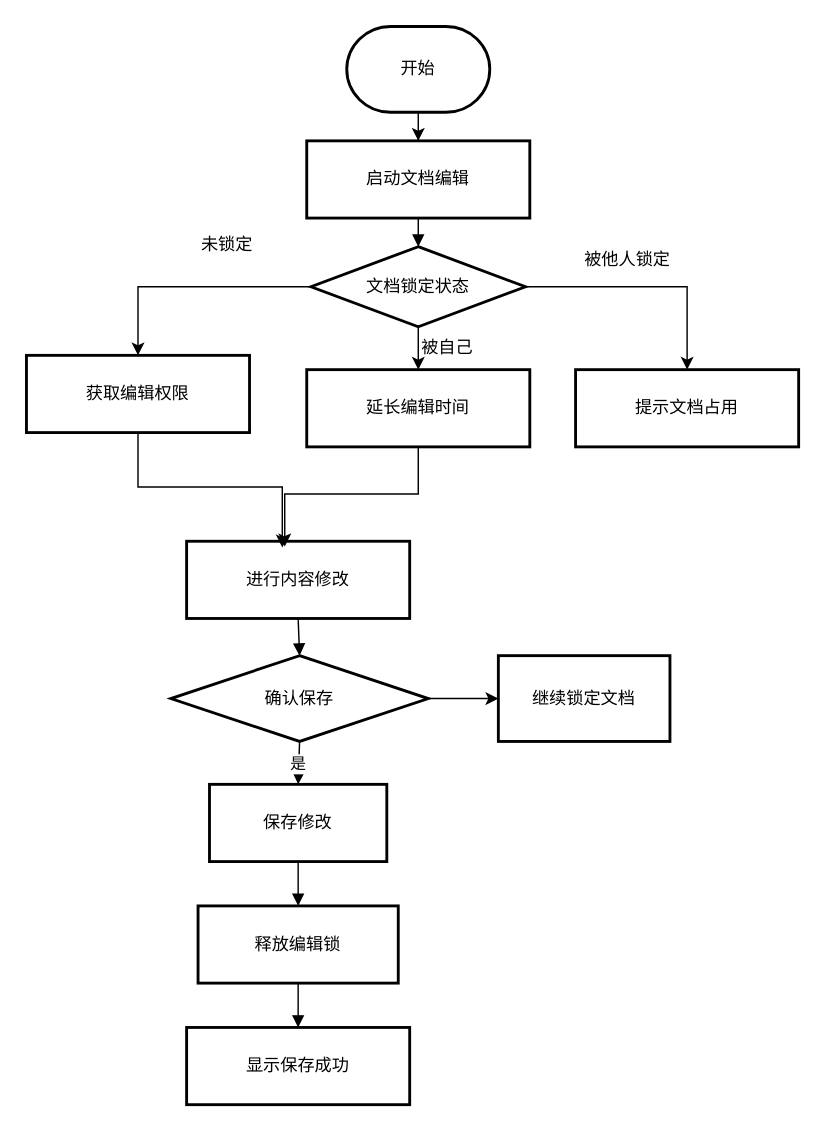
Above: 编辑文档.drawio in Redbiga/drawStorage (draw.io), before the change. Source tidied: cells renumbered, new cells numbered last; positions are measured from the earlier drawing's top-left corner, leaving out a move shared by most shapes. Both pictures are drawn from the tidied source at 143%, with x=0, y=0 at pixel (26, 26).
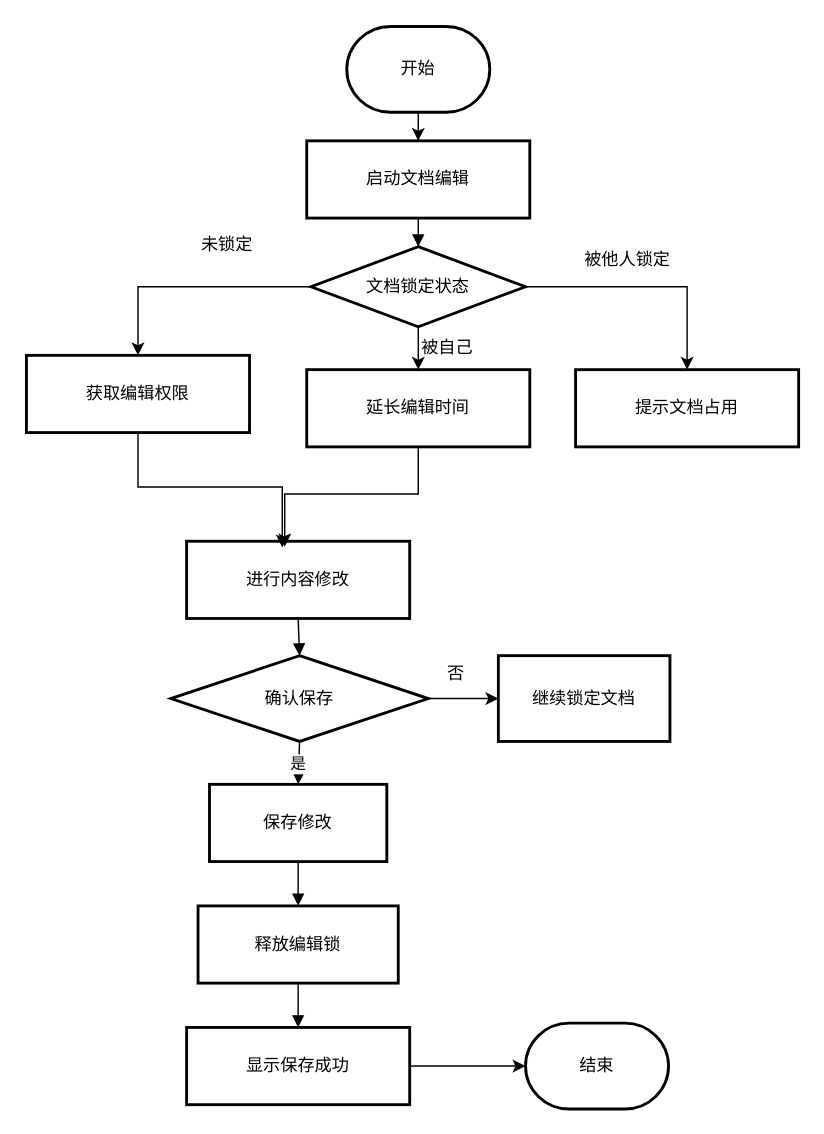
After the change.

Commit message (it also covers changes not shown here):
更新编辑文档.drawio

Unchanged cells that the change refers to:
```xml
<mxCell id="13" value="显示保存成功" style="whiteSpace=wrap;strokeWidth=2;" parent="1" vertex="1">
  <mxGeometry x="112" y="700" width="156" height="54" as="geometry" />
</mxCell>
```

Change to the diagram source:
```diff
@@
+    <mxCell id="29" style="edgeStyle=orthogonalEdgeStyle;rounded=0;jettySize=auto;html=1;" parent="1" edge="1" source="13" target="30">
+      <mxGeometry relative="1" as="geometry" />
+    </mxCell>
@@
+    <mxCell id="30" value="结束" style="strokeWidth=2;html=1;shape=mxgraph.flowchart.terminator;whiteSpace=wrap;" parent="1" vertex="1">
+      <mxGeometry x="349" y="697" width="100" height="60" as="geometry" />
+    </mxCell>
+    <mxCell id="31" value="否" style="text;html=1;align=center;verticalAlign=middle;strokeColor=none;fillColor=none;" parent="1" vertex="1">
+      <mxGeometry x="280" y="438" width="40" height="30" as="geometry" />
+    </mxCell>
```
